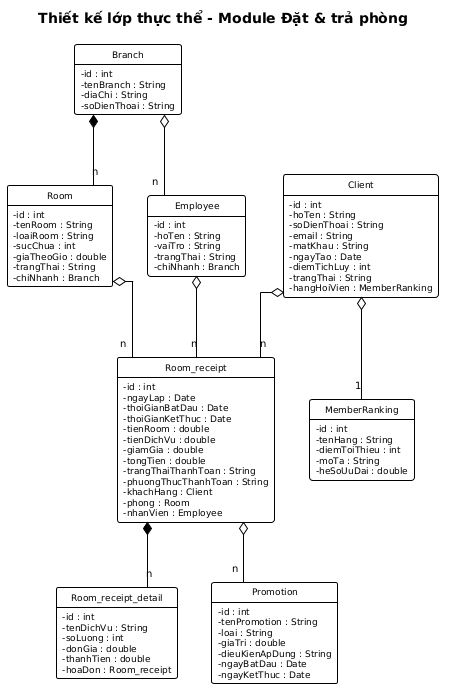
Earlier version of the PlantUML export output/diagrams/booking_entity_class.png (thanhtrnnn/cnpm).
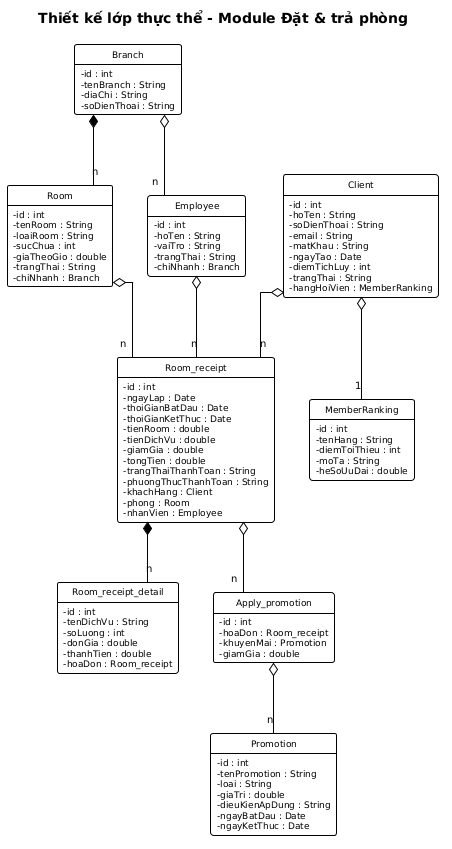
After the change.

Commit message:
fix: entity/MVC classes match Google Docs - Customer to Client, add Apply_promotion

The edit, as a diff of the source:
```diff
@@ -101,6 +101,13 @@
   -ngayKetThuc : Date
 }
 
+class Apply_promotion {
+  -id : int
+  -hoaDon : Room_receipt
+  -khuyenMai : Promotion
+  -giamGia : double
+}
+
 Branch *-- "n" Room
 Branch o-- "n" Employee
 Client o-- "1" MemberRanking
@@ -108,5 +115,6 @@
 Client o-- "n" Room_receipt
 Room o-- "n" Room_receipt
 Employee o-- "n" Room_receipt
-Room_receipt o-- "n" Promotion
+Room_receipt o-- "n" Apply_promotion
+Apply_promotion o-- "n" Promotion
 @enduml
```
